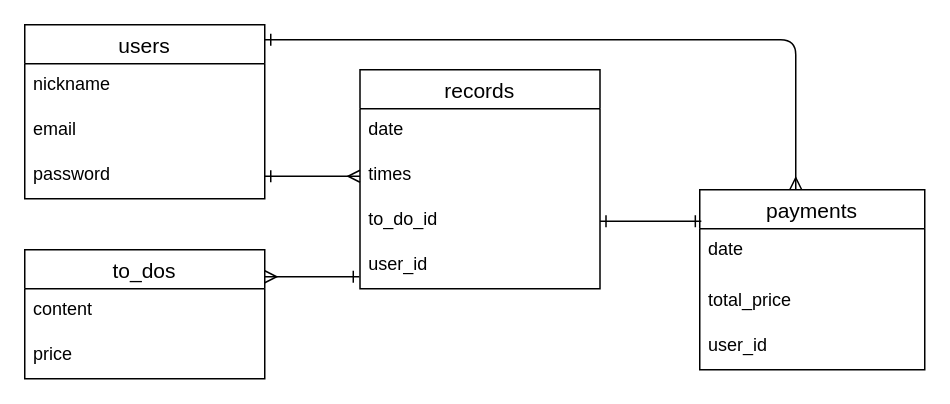
Above: kasego.dio in miho-hoi/kasego (draw.io), before the change. Source tidied: cells renumbered, new cells numbered last; positions are measured from the earlier drawing's top-left corner, leaving out a move shared by most shapes. Both pictures are drawn from the tidied source at 150%, with x=0, y=0 at pixel (24, 24).
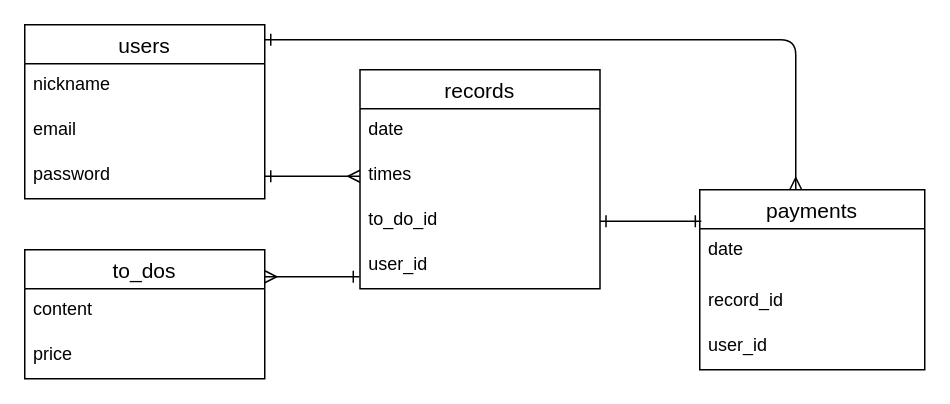
Above is the later version.

The change refers to these unchanged cells:
```xml
<mxCell id="11" value="payments" style="swimlane;fontStyle=0;horizontal=1;startSize=26;align=center;fontSize=14;rounded=0;" parent="1" vertex="1">
  <mxGeometry x="450" y="110" width="150" height="120" as="geometry" />
</mxCell>
```

Change to the diagram source:
```diff
@@
-    <mxCell id="13" value="total_price" style="text;strokeColor=none;fillColor=none;spacingLeft=4;spacingRight=4;overflow=hidden;fontSize=12;rounded=0;" parent="11" vertex="1">
+    <mxCell id="13" value="record_id" style="text;strokeColor=none;fillColor=none;spacingLeft=4;spacingRight=4;overflow=hidden;fontSize=12;rounded=0;" parent="11" vertex="1">
       <mxGeometry y="60" width="150" height="30" as="geometry" />
     </mxCell>
```
